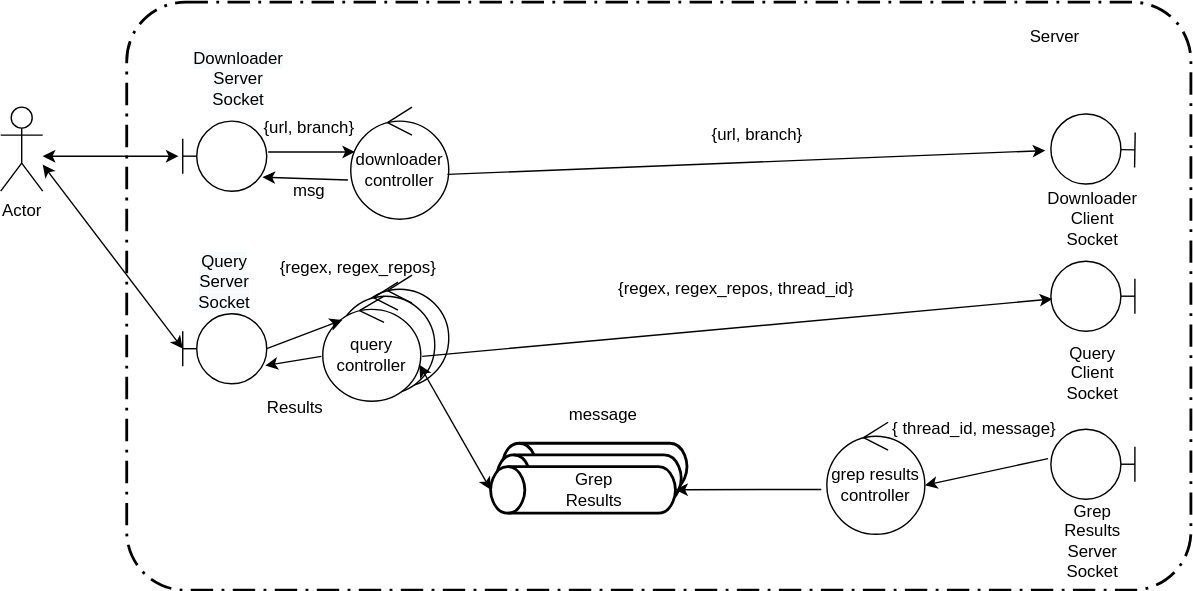
This is images/robustez-server.svg from rinaldia92/distribuidos-tp1, a draw.io export, as it was before one commit. Source tidied: cells renumbered, new cells last; positions are measured from the earlier drawing's top-left corner, leaving out a move shared by most shapes.
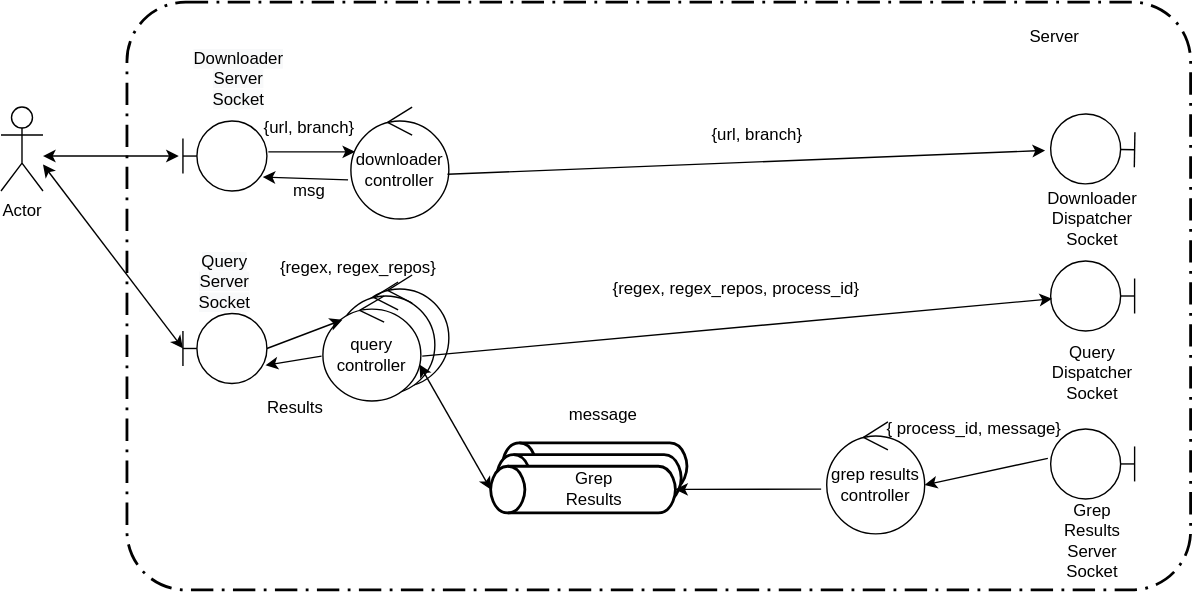
After the change.

Diff of the diagram source:
```diff
@@ -2,98 +2,98 @@
   <root>
     <mxCell id="0" />
     <mxCell id="1" parent="0" />
-    <mxCell id="2" value="Actor" style="shape=umlActor;verticalLabelPosition=bottom;labelBackgroundColor=#ffffff;verticalAlign=top;html=1;" parent="1" vertex="1">
-      <mxGeometry y="75" width="30" height="60" as="geometry" />
+    <mxCell id="2" style="rounded=1;arcSize=10;dashed=1;strokeColor=#000000;fillColor=none;gradientColor=none;dashPattern=8 3 1 3;strokeWidth=2;" parent="1" vertex="1">
+      <mxGeometry x="90" width="760" height="420" as="geometry" />
     </mxCell>
-    <mxCell id="3" style="shape=umlBoundary;whiteSpace=wrap;html=1;" parent="1" vertex="1">
-      <mxGeometry x="130" y="85" width="60" height="50" as="geometry" />
+    <mxCell id="3" value="Actor" style="shape=umlActor;verticalLabelPosition=bottom;labelBackgroundColor=#ffffff;verticalAlign=top;html=1;outlineConnect=0;" parent="1" vertex="1">
+      <mxGeometry y="75" width="30" height="60" as="geometry" />
     </mxCell>
-    <mxCell id="4" value="downloader controller" style="ellipse;shape=umlControl;whiteSpace=wrap;html=1;" parent="1" vertex="1">
-      <mxGeometry x="250" y="75" width="70" height="80" as="geometry" />
+    <mxCell id="4" style="shape=umlBoundary;whiteSpace=wrap;html=1;" parent="1" vertex="1">
+      <mxGeometry x="130" y="85" width="60" height="50" as="geometry" />
     </mxCell>
-    <mxCell id="5" style="endArrow=classic;startArrow=classic;html=1;entryX=-0.05;entryY=0.5;entryDx=0;entryDy=0;entryPerimeter=0;" parent="1" edge="1" target="3">
-      <mxGeometry relative="1" as="geometry">
-        <mxPoint x="30" y="110" as="sourcePoint" />
-      </mxGeometry>
+    <mxCell id="5" value="downloader controller" style="ellipse;shape=umlControl;whiteSpace=wrap;html=1;" parent="1" vertex="1">
+      <mxGeometry x="250" y="75" width="70" height="80" as="geometry" />
     </mxCell>
-    <mxCell id="6" style="shape=umlBoundary;whiteSpace=wrap;html=1;" parent="1" vertex="1">
-      <mxGeometry x="130" y="222.5" width="60" height="50" as="geometry" />
+    <mxCell id="6" style="endArrow=classic;startArrow=classic;html=1;entryX=-0.05;entryY=0.5;entryDx=0;entryDy=0;entryPerimeter=0;" parent="1" edge="1" target="4">
+      <mxGeometry relative="1" as="geometry">
+        <mxPoint x="30" y="110" as="sourcePoint" />
+      </mxGeometry>
     </mxCell>
-    <mxCell id="7" style="endArrow=classic;startArrow=classic;html=1;entryX=0;entryY=0.5;entryDx=0;entryDy=0;entryPerimeter=0;" parent="1" edge="1" target="6">
-      <mxGeometry relative="1" as="geometry">
-        <mxPoint x="30" y="116" as="sourcePoint" />
-      </mxGeometry>
+    <mxCell id="7" style="shape=umlBoundary;whiteSpace=wrap;html=1;" parent="1" vertex="1">
+      <mxGeometry x="130" y="222.5" width="60" height="50" as="geometry" />
     </mxCell>
-    <mxCell id="8" style="group;" parent="1" vertex="1">
-      <mxGeometry x="230" y="195" width="90" height="90" as="geometry" />
+    <mxCell id="8" style="endArrow=classic;startArrow=classic;html=1;entryX=0;entryY=0.5;entryDx=0;entryDy=0;entryPerimeter=0;" parent="1" edge="1" target="7">
+      <mxGeometry relative="1" as="geometry">
+        <mxPoint x="30" y="116" as="sourcePoint" />
+      </mxGeometry>
     </mxCell>
-    <mxCell id="9" style="ellipse;shape=umlControl;whiteSpace=wrap;html=1;" parent="8" vertex="1">
-      <mxGeometry x="20" width="70" height="80" as="geometry" />
+    <mxCell id="9" style="group;" parent="1" vertex="1">
+      <mxGeometry x="230" y="195" width="90" height="90" as="geometry" />
     </mxCell>
-    <mxCell id="10" style="ellipse;shape=umlControl;whiteSpace=wrap;html=1;" parent="8" vertex="1">
-      <mxGeometry x="10" y="5" width="70" height="80" as="geometry" />
+    <mxCell id="10" style="ellipse;shape=umlControl;whiteSpace=wrap;html=1;" parent="9" vertex="1">
+      <mxGeometry x="20" width="70" height="80" as="geometry" />
     </mxCell>
-    <mxCell id="11" value="query controller" style="ellipse;shape=umlControl;whiteSpace=wrap;html=1;" parent="8" vertex="1">
-      <mxGeometry y="15" width="70" height="75" as="geometry" />
+    <mxCell id="11" style="ellipse;shape=umlControl;whiteSpace=wrap;html=1;" parent="9" vertex="1">
+      <mxGeometry x="10" y="5" width="70" height="80" as="geometry" />
     </mxCell>
-    <mxCell id="12" value="grep results controller" style="ellipse;shape=umlControl;whiteSpace=wrap;html=1;" parent="1" vertex="1">
-      <mxGeometry x="590" y="300" width="70" height="80" as="geometry" />
+    <mxCell id="12" value="query controller" style="ellipse;shape=umlControl;whiteSpace=wrap;html=1;" parent="9" vertex="1">
+      <mxGeometry y="15" width="70" height="75" as="geometry" />
     </mxCell>
-    <mxCell id="13" style="group;" parent="1" vertex="1">
-      <mxGeometry x="350" y="315" width="140" height="50" as="geometry" />
+    <mxCell id="13" value="grep results controller" style="ellipse;shape=umlControl;whiteSpace=wrap;html=1;" parent="1" vertex="1">
+      <mxGeometry x="590" y="300" width="70" height="80" as="geometry" />
     </mxCell>
-    <mxCell id="14" style="strokeWidth=2;html=1;shape=mxgraph.flowchart.direct_data;whiteSpace=wrap;rotation=-180;" parent="13" vertex="1">
-      <mxGeometry x="8.2" width="131.8" height="33.3" as="geometry" />
+    <mxCell id="14" style="group;" parent="1" vertex="1">
+      <mxGeometry x="350" y="315" width="140" height="50" as="geometry" />
     </mxCell>
-    <mxCell id="15" style="strokeWidth=2;html=1;shape=mxgraph.flowchart.direct_data;whiteSpace=wrap;rotation=-180;" parent="13" vertex="1">
-      <mxGeometry x="4.1" y="8.3" width="131.8" height="33.3" as="geometry" />
+    <mxCell id="15" style="strokeWidth=2;html=1;shape=mxgraph.flowchart.direct_data;whiteSpace=wrap;rotation=-180;" parent="14" vertex="1">
+      <mxGeometry x="8.2" width="131.8" height="33.3" as="geometry" />
     </mxCell>
-    <mxCell id="16" style="strokeWidth=2;html=1;shape=mxgraph.flowchart.direct_data;whiteSpace=wrap;rotation=-180;" parent="13" vertex="1">
-      <mxGeometry y="16.7" width="131.8" height="33.3" as="geometry" />
+    <mxCell id="16" style="strokeWidth=2;html=1;shape=mxgraph.flowchart.direct_data;whiteSpace=wrap;rotation=-180;" parent="14" vertex="1">
+      <mxGeometry x="4.1" y="8.3" width="131.8" height="33.3" as="geometry" />
     </mxCell>
-    <mxCell id="17" value="Grep Results" style="text;html=1;strokeColor=none;fillColor=none;align=center;verticalAlign=middle;whiteSpace=wrap;rounded=0;" parent="13" vertex="1">
-      <mxGeometry x="54.1" y="23.3" width="40" height="20" as="geometry" />
+    <mxCell id="17" style="strokeWidth=2;html=1;shape=mxgraph.flowchart.direct_data;whiteSpace=wrap;rotation=-180;" parent="14" vertex="1">
+      <mxGeometry y="16.7" width="131.8" height="33.3" as="geometry" />
     </mxCell>
-    <mxCell id="18" style="endArrow=classic;startArrow=classic;html=1;exitX=0.986;exitY=0.653;exitDx=0;exitDy=0;exitPerimeter=0;entryX=1;entryY=0.5;entryDx=0;entryDy=0;entryPerimeter=0;" parent="1" edge="1" source="11" target="16">
-      <mxGeometry relative="1" as="geometry" />
+    <mxCell id="18" value="Grep Results" style="text;html=1;strokeColor=none;fillColor=none;align=center;verticalAlign=middle;whiteSpace=wrap;rounded=0;" parent="14" vertex="1">
+      <mxGeometry x="54.1" y="23.3" width="40" height="20" as="geometry" />
     </mxCell>
-    <mxCell id="19" style="shape=umlBoundary;whiteSpace=wrap;html=1;rotation=-180;" parent="1" vertex="1">
-      <mxGeometry x="750" y="305" width="60" height="50" as="geometry" />
+    <mxCell id="19" style="endArrow=classic;startArrow=classic;html=1;exitX=0.986;exitY=0.653;exitDx=0;exitDy=0;exitPerimeter=0;entryX=1;entryY=0.5;entryDx=0;entryDy=0;entryPerimeter=0;" parent="1" edge="1" source="12" target="17">
+      <mxGeometry relative="1" as="geometry" />
     </mxCell>
     <mxCell id="20" style="shape=umlBoundary;whiteSpace=wrap;html=1;rotation=-180;" parent="1" vertex="1">
-      <mxGeometry x="750" y="185" width="60" height="50" as="geometry" />
+      <mxGeometry x="750" y="305" width="60" height="50" as="geometry" />
     </mxCell>
-    <mxCell id="21" style="shape=umlBoundary;whiteSpace=wrap;html=1;rotation=-179;" parent="1" vertex="1">
-      <mxGeometry x="750" y="80" width="60" height="50" as="geometry" />
+    <mxCell id="21" style="shape=umlBoundary;whiteSpace=wrap;html=1;rotation=-180;" parent="1" vertex="1">
+      <mxGeometry x="750" y="185" width="60" height="50" as="geometry" />
     </mxCell>
-    <mxCell id="22" style="endArrow=classic;html=1;exitX=1.014;exitY=0.573;exitDx=0;exitDy=0;exitPerimeter=0;entryX=0.983;entryY=0.46;entryDx=0;entryDy=0;entryPerimeter=0;" parent="1" edge="1" source="11" target="20">
-      <mxGeometry relative="1" as="geometry" />
+    <mxCell id="22" style="shape=umlBoundary;whiteSpace=wrap;html=1;rotation=-179;" parent="1" vertex="1">
+      <mxGeometry x="750" y="80" width="60" height="50" as="geometry" />
     </mxCell>
-    <mxCell id="23" style="endArrow=classic;html=1;exitX=0.986;exitY=0.6;exitDx=0;exitDy=0;exitPerimeter=0;entryX=1.066;entryY=0.468;entryDx=0;entryDy=0;entryPerimeter=0;" parent="1" edge="1" source="4" target="21">
+    <mxCell id="23" style="endArrow=classic;html=1;exitX=1.014;exitY=0.573;exitDx=0;exitDy=0;exitPerimeter=0;entryX=0.983;entryY=0.46;entryDx=0;entryDy=0;entryPerimeter=0;" parent="1" edge="1" source="12" target="21">
       <mxGeometry relative="1" as="geometry" />
     </mxCell>
-    <mxCell id="24" style="endArrow=classic;html=1;entryX=1;entryY=0.563;entryDx=0;entryDy=0;entryPerimeter=0;" parent="1" edge="1" target="12">
-      <mxGeometry relative="1" as="geometry">
-        <mxPoint x="748" y="326" as="sourcePoint" />
-      </mxGeometry>
+    <mxCell id="24" style="endArrow=classic;html=1;exitX=0.986;exitY=0.6;exitDx=0;exitDy=0;exitPerimeter=0;entryX=1.066;entryY=0.468;entryDx=0;entryDy=0;entryPerimeter=0;" parent="1" edge="1" source="5" target="22">
+      <mxGeometry relative="1" as="geometry" />
     </mxCell>
-    <mxCell id="25" value="Grep Results Server Socket" style="text;html=1;strokeColor=none;fillColor=none;align=center;verticalAlign=middle;whiteSpace=wrap;rounded=0;" parent="1" vertex="1">
-      <mxGeometry x="760" y="375" width="40" height="20" as="geometry" />
+    <mxCell id="25" style="endArrow=classic;html=1;entryX=1;entryY=0.563;entryDx=0;entryDy=0;entryPerimeter=0;" parent="1" edge="1" target="13">
+      <mxGeometry relative="1" as="geometry">
+        <mxPoint x="748" y="326" as="sourcePoint" />
+      </mxGeometry>
     </mxCell>
-    <mxCell id="26" value="Query Client Socket" style="text;html=1;strokeColor=none;fillColor=none;align=center;verticalAlign=middle;whiteSpace=wrap;rounded=0;" parent="1" vertex="1">
-      <mxGeometry x="760" y="255" width="40" height="20" as="geometry" />
+    <mxCell id="26" value="Grep Results Server Socket" style="text;html=1;strokeColor=none;fillColor=none;align=center;verticalAlign=middle;whiteSpace=wrap;rounded=0;" parent="1" vertex="1">
+      <mxGeometry x="760" y="375" width="40" height="20" as="geometry" />
     </mxCell>
-    <mxCell id="27" value="Downloader Client Socket" style="text;html=1;strokeColor=none;fillColor=none;align=center;verticalAlign=middle;whiteSpace=wrap;rounded=0;" parent="1" vertex="1">
-      <mxGeometry x="760" y="145" width="40" height="20" as="geometry" />
+    <mxCell id="27" value="Query Dispatcher Socket" style="text;html=1;strokeColor=none;fillColor=none;align=center;verticalAlign=middle;whiteSpace=wrap;rounded=0;" parent="1" vertex="1">
+      <mxGeometry x="760" y="255" width="40" height="20" as="geometry" />
     </mxCell>
-    <mxCell id="28" value="&lt;meta http-equiv=&quot;content-type&quot; content=&quot;text/html; charset=utf-8&quot;&gt;&lt;span style=&quot;color: rgb(0, 0, 0); font-family: Helvetica; font-size: 12px; font-style: normal; font-variant-ligatures: normal; font-variant-caps: normal; font-weight: 400; letter-spacing: normal; orphans: 2; text-align: center; text-indent: 0px; text-transform: none; widows: 2; word-spacing: 0px; -webkit-text-stroke-width: 0px; background-color: rgb(248, 249, 250); text-decoration-style: initial; text-decoration-color: initial; float: none; display: inline !important;&quot;&gt;Downloader Server Socket&lt;/span&gt;" style="text;html=1;strokeColor=none;fillColor=none;align=center;verticalAlign=middle;whiteSpace=wrap;rounded=0;" parent="1" vertex="1">
-      <mxGeometry x="150" y="45" width="40" height="20" as="geometry" />
+    <mxCell id="28" value="Downloader Dispatcher Socket" style="text;html=1;strokeColor=none;fillColor=none;align=center;verticalAlign=middle;whiteSpace=wrap;rounded=0;" parent="1" vertex="1">
+      <mxGeometry x="760" y="145" width="40" height="20" as="geometry" />
     </mxCell>
-    <mxCell id="29" value="&lt;span style=&quot;color: rgb(0 , 0 , 0) ; font-family: &amp;#34;helvetica&amp;#34; ; font-size: 12px ; font-style: normal ; font-weight: 400 ; letter-spacing: normal ; text-align: center ; text-indent: 0px ; text-transform: none ; word-spacing: 0px ; background-color: rgb(248 , 249 , 250) ; float: none ; display: inline&quot;&gt;Query Server Socket&lt;/span&gt;" style="text;html=1;strokeColor=none;fillColor=none;align=center;verticalAlign=middle;whiteSpace=wrap;rounded=0;" parent="1" vertex="1">
-      <mxGeometry x="140" y="190" width="40" height="20" as="geometry" />
+    <mxCell id="29" value="&lt;meta http-equiv=&quot;content-type&quot; content=&quot;text/html; charset=utf-8&quot;&gt;&lt;span style=&quot;color: rgb(0, 0, 0); font-family: Helvetica; font-size: 12px; font-style: normal; font-variant-ligatures: normal; font-variant-caps: normal; font-weight: 400; letter-spacing: normal; orphans: 2; text-align: center; text-indent: 0px; text-transform: none; widows: 2; word-spacing: 0px; -webkit-text-stroke-width: 0px; background-color: rgb(248, 249, 250); text-decoration-style: initial; text-decoration-color: initial; float: none; display: inline !important;&quot;&gt;Downloader Server Socket&lt;/span&gt;" style="text;html=1;strokeColor=none;fillColor=none;align=center;verticalAlign=middle;whiteSpace=wrap;rounded=0;" parent="1" vertex="1">
+      <mxGeometry x="150" y="45" width="40" height="20" as="geometry" />
     </mxCell>
-    <mxCell id="30" style="rounded=1;arcSize=10;dashed=1;strokeColor=#000000;fillColor=none;gradientColor=none;dashPattern=8 3 1 3;strokeWidth=2;" parent="1" vertex="1">
-      <mxGeometry x="90" width="760" height="420" as="geometry" />
+    <mxCell id="30" value="&lt;span style=&quot;color: rgb(0 , 0 , 0) ; font-family: &amp;#34;helvetica&amp;#34; ; font-size: 12px ; font-style: normal ; font-weight: 400 ; letter-spacing: normal ; text-align: center ; text-indent: 0px ; text-transform: none ; word-spacing: 0px ; background-color: rgb(248 , 249 , 250) ; float: none ; display: inline&quot;&gt;Query Server Socket&lt;/span&gt;" style="text;html=1;strokeColor=none;fillColor=none;align=center;verticalAlign=middle;whiteSpace=wrap;rounded=0;" parent="1" vertex="1">
+      <mxGeometry x="140" y="190" width="40" height="20" as="geometry" />
     </mxCell>
     <mxCell id="31" value="{url, branch}" style="text;html=1;align=center;verticalAlign=middle;" parent="1" vertex="1">
       <mxGeometry x="180" y="80" width="80" height="20" as="geometry" />
@@ -101,10 +101,10 @@
     <mxCell id="32" value="{url, branch}" style="text;html=1;align=center;verticalAlign=middle;" parent="1" vertex="1">
       <mxGeometry x="500" y="85" width="80" height="20" as="geometry" />
     </mxCell>
-    <mxCell id="33" style="endArrow=classic;html=1;exitX=1.017;exitY=0.44;exitDx=0;exitDy=0;exitPerimeter=0;entryX=0.043;entryY=0.4;entryDx=0;entryDy=0;entryPerimeter=0;" parent="1" edge="1" source="3" target="4">
+    <mxCell id="33" style="endArrow=classic;html=1;exitX=1.017;exitY=0.44;exitDx=0;exitDy=0;exitPerimeter=0;entryX=0.043;entryY=0.4;entryDx=0;entryDy=0;entryPerimeter=0;" parent="1" edge="1" source="4" target="5">
       <mxGeometry relative="1" as="geometry" />
     </mxCell>
-    <mxCell id="34" style="endArrow=classic;html=1;exitX=-0.029;exitY=0.65;exitDx=0;exitDy=0;exitPerimeter=0;entryX=0.95;entryY=0.8;entryDx=0;entryDy=0;entryPerimeter=0;" parent="1" edge="1" source="4" target="3">
+    <mxCell id="34" style="endArrow=classic;html=1;exitX=-0.029;exitY=0.65;exitDx=0;exitDy=0;exitPerimeter=0;entryX=0.95;entryY=0.8;entryDx=0;entryDy=0;entryPerimeter=0;" parent="1" edge="1" source="5" target="4">
       <mxGeometry relative="1" as="geometry" />
     </mxCell>
     <mxCell id="35" value="msg" style="text;html=1;align=center;verticalAlign=middle;" parent="1" vertex="1">
@@ -113,22 +113,22 @@
     <mxCell id="36" value="{regex, regex_repos}" style="text;html=1;align=center;verticalAlign=middle;" parent="1" vertex="1">
       <mxGeometry x="190" y="180" width="130" height="20" as="geometry" />
     </mxCell>
-    <mxCell id="37" value="{regex, regex_repos, thread_id}" style="text;html=1;align=center;verticalAlign=middle;" parent="1" vertex="1">
-      <mxGeometry x="435" y="195" width="180" height="20" as="geometry" />
+    <mxCell id="37" value="{regex, regex_repos, process_id}" style="text;html=1;align=center;verticalAlign=middle;" parent="1" vertex="1">
+      <mxGeometry x="430" y="195" width="190" height="20" as="geometry" />
     </mxCell>
-    <mxCell id="38" value="{ thread_id, message}" style="text;html=1;align=center;verticalAlign=middle;" parent="1" vertex="1">
-      <mxGeometry x="630" y="295" width="130" height="20" as="geometry" />
+    <mxCell id="38" value="{ process_id, message}" style="text;html=1;align=center;verticalAlign=middle;" parent="1" vertex="1">
+      <mxGeometry x="625" y="295" width="140" height="20" as="geometry" />
     </mxCell>
     <mxCell id="39" value="message" style="text;html=1;align=center;verticalAlign=middle;" parent="1" vertex="1">
       <mxGeometry x="400" y="285" width="60" height="20" as="geometry" />
     </mxCell>
-    <mxCell id="40" style="endArrow=classic;html=1;exitX=-0.057;exitY=0.6;exitDx=0;exitDy=0;exitPerimeter=0;" parent="1" edge="1" source="12" target="16">
+    <mxCell id="40" style="endArrow=classic;html=1;exitX=-0.057;exitY=0.6;exitDx=0;exitDy=0;exitPerimeter=0;" parent="1" edge="1" source="13" target="17">
       <mxGeometry relative="1" as="geometry" />
     </mxCell>
-    <mxCell id="41" style="endArrow=classic;html=1;exitX=1;exitY=0.5;exitDx=0;exitDy=0;exitPerimeter=0;entryX=0.2;entryY=0.227;entryDx=0;entryDy=0;entryPerimeter=0;" parent="1" edge="1" source="6" target="11">
+    <mxCell id="41" style="endArrow=classic;html=1;exitX=1;exitY=0.5;exitDx=0;exitDy=0;exitPerimeter=0;entryX=0.2;entryY=0.227;entryDx=0;entryDy=0;entryPerimeter=0;" parent="1" edge="1" source="7" target="12">
       <mxGeometry relative="1" as="geometry" />
     </mxCell>
-    <mxCell id="42" style="endArrow=classic;html=1;exitX=-0.014;exitY=0.573;exitDx=0;exitDy=0;exitPerimeter=0;entryX=0.983;entryY=0.74;entryDx=0;entryDy=0;entryPerimeter=0;" parent="1" edge="1" source="11" target="6">
+    <mxCell id="42" style="endArrow=classic;html=1;exitX=-0.014;exitY=0.573;exitDx=0;exitDy=0;exitPerimeter=0;entryX=0.983;entryY=0.74;entryDx=0;entryDy=0;entryPerimeter=0;" parent="1" edge="1" source="12" target="7">
       <mxGeometry relative="1" as="geometry" />
     </mxCell>
     <mxCell id="43" value="Results" style="text;html=1;align=center;verticalAlign=middle;" parent="1" vertex="1">
```
